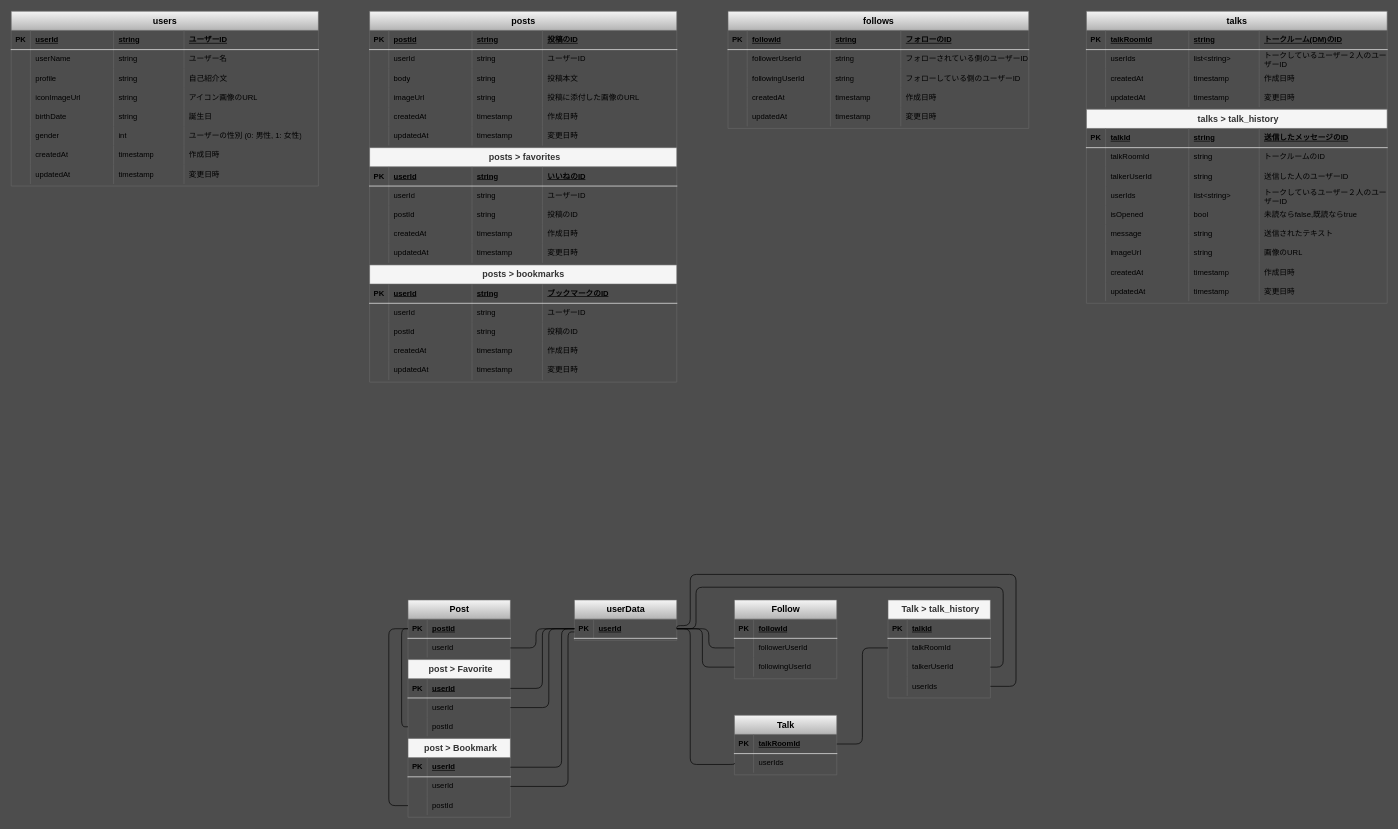
Above: er.dio in HayashidaReo/training_matting_app (draw.io), before the change. Source tidied: cells renumbered, new cells numbered last; positions are measured from the earlier drawing's top-left corner, leaving out a move shared by most shapes. Both pictures are drawn from the tidied source at 64%, with x=0, y=0 at pixel (11, 11).
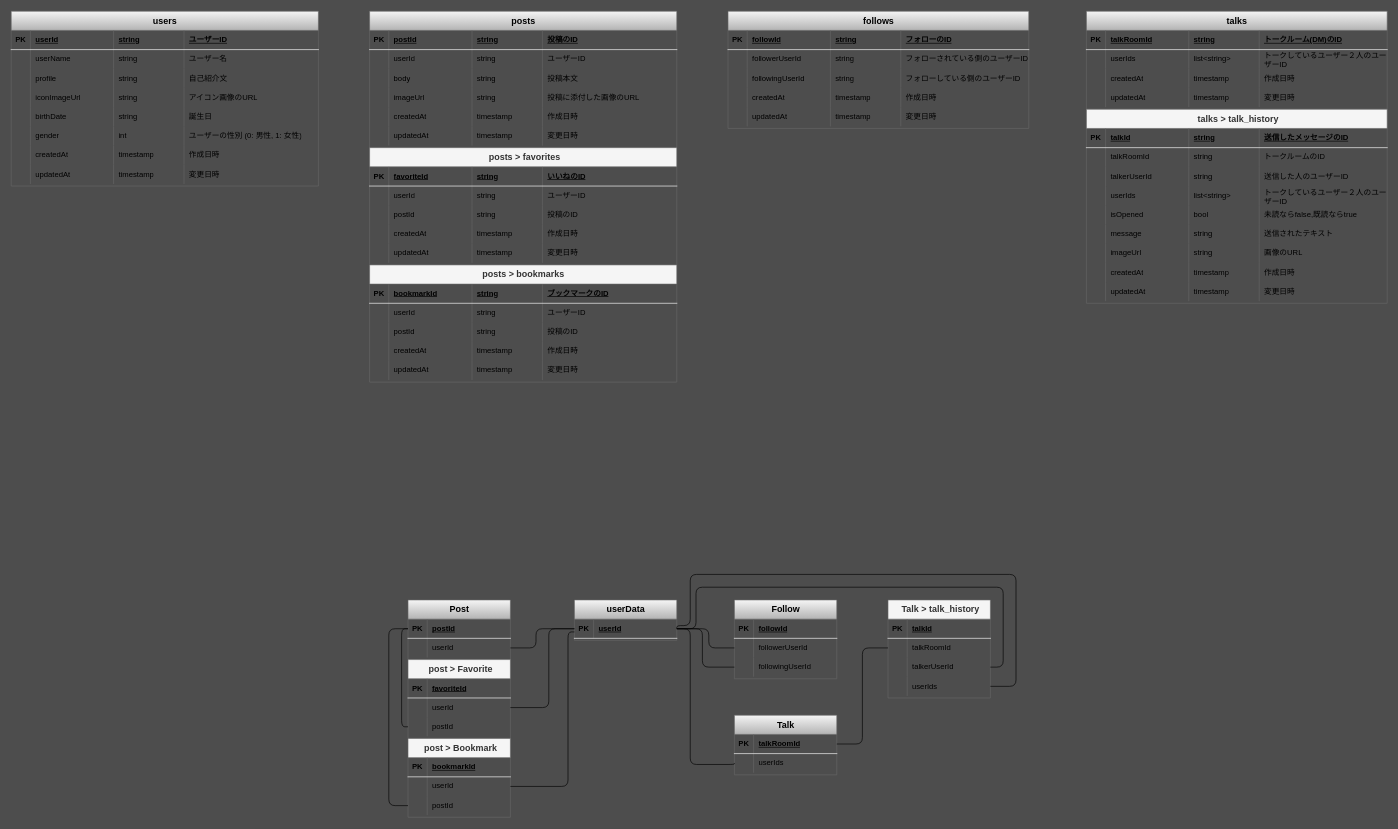
The same page after the edit.

The change refers to these unchanged cells:
```xml
<mxCell id="75" style="shape=tableRow;horizontal=0;startSize=0;swimlaneHead=0;swimlaneBody=0;fillColor=none;top=0;left=0;right=0;bottom=1;fontColor=light-dark(#000000,#FFFFFF);strokeColor=light-dark(#FFFFFF,#FFFFFF);" parent="74" vertex="1">
  <mxGeometry y="30" width="480" height="30" as="geometry" />
</mxCell>
<mxCell id="101" style="shape=tableRow;horizontal=0;startSize=0;swimlaneHead=0;swimlaneBody=0;fillColor=none;top=0;left=0;right=0;bottom=1;fontColor=light-dark(#000000,#FFFFFF);strokeColor=light-dark(#FFFFFF,#FFFFFF);" parent="100" vertex="1">
  <mxGeometry y="30" width="480" height="30" as="geometry" />
</mxCell>
<mxCell id="220" style="shape=tableRow;horizontal=0;startSize=0;swimlaneHead=0;swimlaneBody=0;fillColor=none;points=[[0,0.5],[1,0.5]];portConstraint=eastwest;top=0;left=0;right=0;bottom=1;fontColor=light-dark(#000000,#FFFFFF);strokeColor=light-dark(#FFFFFF,#FFFFFF);" parent="219" vertex="1">
  <mxGeometry y="30" width="160" height="30" as="geometry" />
</mxCell>
<mxCell id="231" style="shape=tableRow;horizontal=0;startSize=0;swimlaneHead=0;swimlaneBody=0;fillColor=none;points=[[0,0.5],[1,0.5]];portConstraint=eastwest;top=0;left=0;right=0;bottom=1;fontColor=light-dark(#000000,#FFFFFF);strokeColor=light-dark(#FFFFFF,#FFFFFF);" parent="230" vertex="1">
  <mxGeometry y="30" width="160" height="30" as="geometry" />
</mxCell>
<mxCell id="241" style="shape=tableRow;horizontal=0;startSize=0;swimlaneHead=0;swimlaneBody=0;fillColor=none;points=[[0,0.5],[1,0.5]];portConstraint=eastwest;top=0;left=0;right=0;bottom=1;fontColor=light-dark(#000000,#FFFFFF);strokeColor=light-dark(#FFFFFF,#FFFFFF);" parent="240" vertex="1">
  <mxGeometry y="30" width="160" height="30" as="geometry" />
</mxCell>
```

Change to the diagram source:
```diff
@@
-    <mxCell id="77" value="userId" style="shape=partialRectangle;fillColor=none;top=0;left=0;bottom=0;right=0;align=left;spacingLeft=6;fontStyle=5;overflow=hidden;whiteSpace=wrap;html=1;fontColor=light-dark(#000000,#FFFFFF);strokeColor=light-dark(#FFFFFF,#FFFFFF);" parent="75" vertex="1">
+    <mxCell id="77" value="favoriteId" style="shape=partialRectangle;fillColor=none;top=0;left=0;bottom=0;right=0;align=left;spacingLeft=6;fontStyle=5;overflow=hidden;whiteSpace=wrap;html=1;fontColor=light-dark(#000000,#FFFFFF);strokeColor=light-dark(#FFFFFF,#FFFFFF);" parent="75" vertex="1">
       <mxGeometry x="30" width="130" height="30" as="geometry" />
     </mxCell>
@@
-    <mxCell id="103" value="userId" style="shape=partialRectangle;fillColor=none;top=0;left=0;bottom=0;right=0;align=left;spacingLeft=6;fontStyle=5;overflow=hidden;whiteSpace=wrap;html=1;fontColor=light-dark(#000000,#FFFFFF);strokeColor=light-dark(#FFFFFF,#FFFFFF);" parent="101" vertex="1">
+    <mxCell id="103" value="bookmarkId" style="shape=partialRectangle;fillColor=none;top=0;left=0;bottom=0;right=0;align=left;spacingLeft=6;fontStyle=5;overflow=hidden;whiteSpace=wrap;html=1;fontColor=light-dark(#000000,#FFFFFF);strokeColor=light-dark(#FFFFFF,#FFFFFF);" parent="101" vertex="1">
       <mxGeometry x="30" width="130" height="30" as="geometry" />
     </mxCell>
@@
-    <mxCell id="233" value="userId" style="shape=partialRectangle;fillColor=none;top=0;left=0;bottom=0;right=0;align=left;spacingLeft=6;fontStyle=5;overflow=hidden;whiteSpace=wrap;html=1;fontColor=light-dark(#000000,#FFFFFF);strokeColor=light-dark(#FFFFFF,#FFFFFF);" parent="231" vertex="1">
+    <mxCell id="233" value="favoriteId" style="shape=partialRectangle;fillColor=none;top=0;left=0;bottom=0;right=0;align=left;spacingLeft=6;fontStyle=5;overflow=hidden;whiteSpace=wrap;html=1;fontColor=light-dark(#000000,#FFFFFF);strokeColor=light-dark(#FFFFFF,#FFFFFF);" parent="231" vertex="1">
       <mxGeometry x="30" width="130" height="30" as="geometry" />
     </mxCell>
@@
-    <mxCell id="243" value="userId" style="shape=partialRectangle;fillColor=none;top=0;left=0;bottom=0;right=0;align=left;spacingLeft=6;fontStyle=5;overflow=hidden;whiteSpace=wrap;html=1;fontColor=light-dark(#000000,#FFFFFF);strokeColor=light-dark(#FFFFFF,#FFFFFF);" parent="241" vertex="1">
+    <mxCell id="243" value="bookmarkId" style="shape=partialRectangle;fillColor=none;top=0;left=0;bottom=0;right=0;align=left;spacingLeft=6;fontStyle=5;overflow=hidden;whiteSpace=wrap;html=1;fontColor=light-dark(#000000,#FFFFFF);strokeColor=light-dark(#FFFFFF,#FFFFFF);" parent="241" vertex="1">
       <mxGeometry x="30" width="130" height="30" as="geometry" />
     </mxCell>
@@
-    <mxCell id="286" style="edgeStyle=orthogonalEdgeStyle;html=1;entryX=0;entryY=0.5;entryDx=0;entryDy=0;endArrow=none;endFill=0;" parent="1" edge="1" source="231" target="220">
-      <mxGeometry relative="1" as="geometry">
-        <Array as="points">
-          <mxPoint x="830" y="1057.9" />
-          <mxPoint x="830" y="964.9" />
-        </Array>
-      </mxGeometry>
-    </mxCell>
@@
-    <mxCell id="290" style="edgeStyle=orthogonalEdgeStyle;html=1;entryX=0;entryY=0.5;entryDx=0;entryDy=0;endArrow=none;endFill=0;" parent="1" edge="1" source="241" target="220">
-      <mxGeometry relative="1" as="geometry">
-        <Array as="points">
-          <mxPoint x="860" y="1180.9" />
-          <mxPoint x="860" y="964.9" />
-        </Array>
-      </mxGeometry>
-    </mxCell>
```
